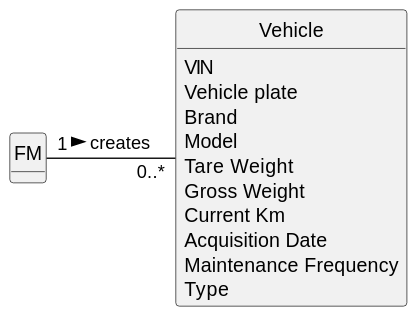
Before: docs/sprintA/us006/02.analysis/svg/us006-domain-model.svg, a diagram exported from PlantUML (ricardomm7/leaflink). The source it was exported from:
```plantuml
@startuml
skinparam monochrome true
skinparam packageStyle rectangle
skinparam shadowing false


skinparam classAttributeIconSize 0

hide circle
hide methods



class FM {
}

class Vehicle {
VIN
Vehicle plate
Brand
Model
Tare Weight
Gross Weight
Current Km
Acquisition Date
Maintenance Frequency
Type
}


FM "1" - "0..*" Vehicle : creates  >
@enduml
```
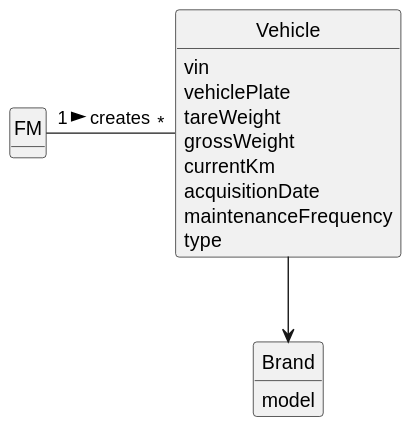
Above is the later version.

Change to the diagram source:
```diff
@@ -9,24 +9,24 @@
 hide circle
 hide methods
 
-
-
 class FM {
 }
 
 class Vehicle {
-VIN
-Vehicle plate
-Brand
-Model
-Tare Weight
-Gross Weight
-Current Km
-Acquisition Date
-Maintenance Frequency
-Type
+vin
+vehiclePlate
+tareWeight
+grossWeight
+currentKm
+acquisitionDate
+maintenanceFrequency
+type
 }
 
+class Brand {
+model
+}
 
-FM "1" - "0..*" Vehicle : creates  >
+FM "1" - "*" Vehicle : creates  >
+Vehicle --> Brand
 @enduml
```
